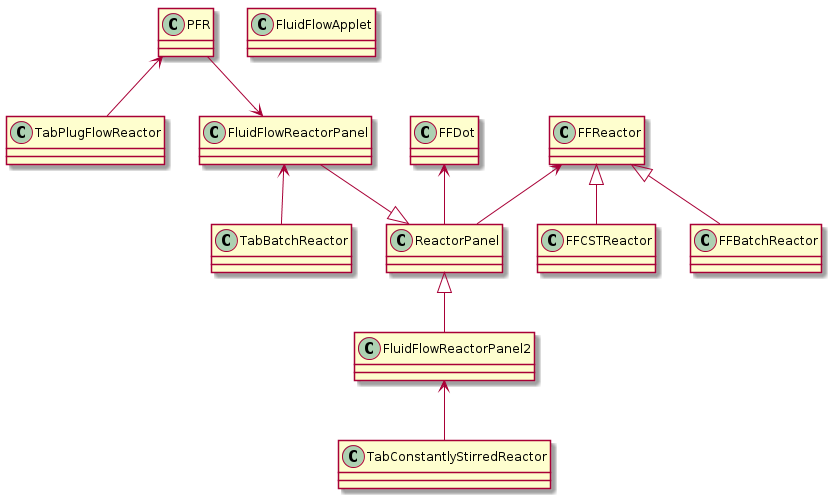
The PlantUML diagram code_structure.png in fliffmaster/Fluid-Flow-Dynamics-Visualization, before a commit.
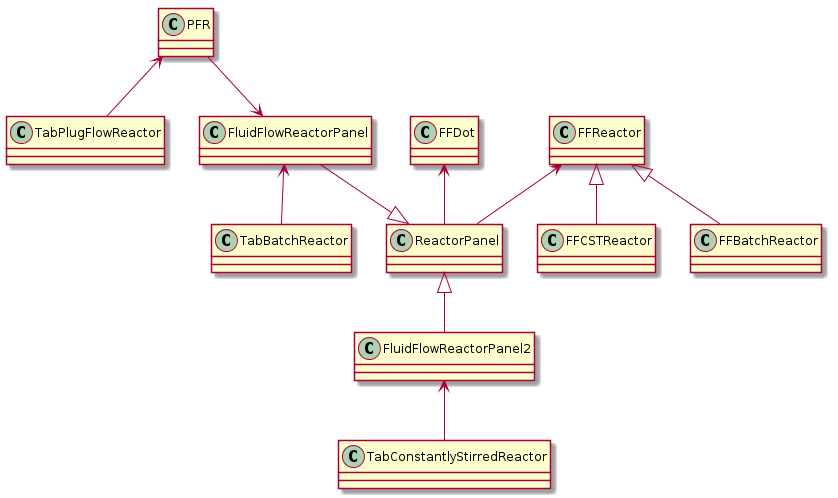
Above is the later version.

Commit message:
modified uml diagrams

Diff of the diagram source:
```diff
@@ -1,5 +1,7 @@
 @startuml
 Class TabPlugFlowReactor
+Class TabBatchReactor
+Class TabConstantlyStirredReactor
 Class PFR
 Class FluidFlowReactorPanel
 Class ReactorPanel
@@ -9,9 +11,6 @@
 Class FFCSTReactor
 Class FFReactor
 Class FFBatchReactor
-Class TabBatchReactor
-Class TabConstantlyStirredReactor
-Class FluidFlowApplet
 PFR --> FluidFlowReactorPanel
 PFR <-- TabPlugFlowReactor
 FluidFlowReactorPanel --|> ReactorPanel
```
